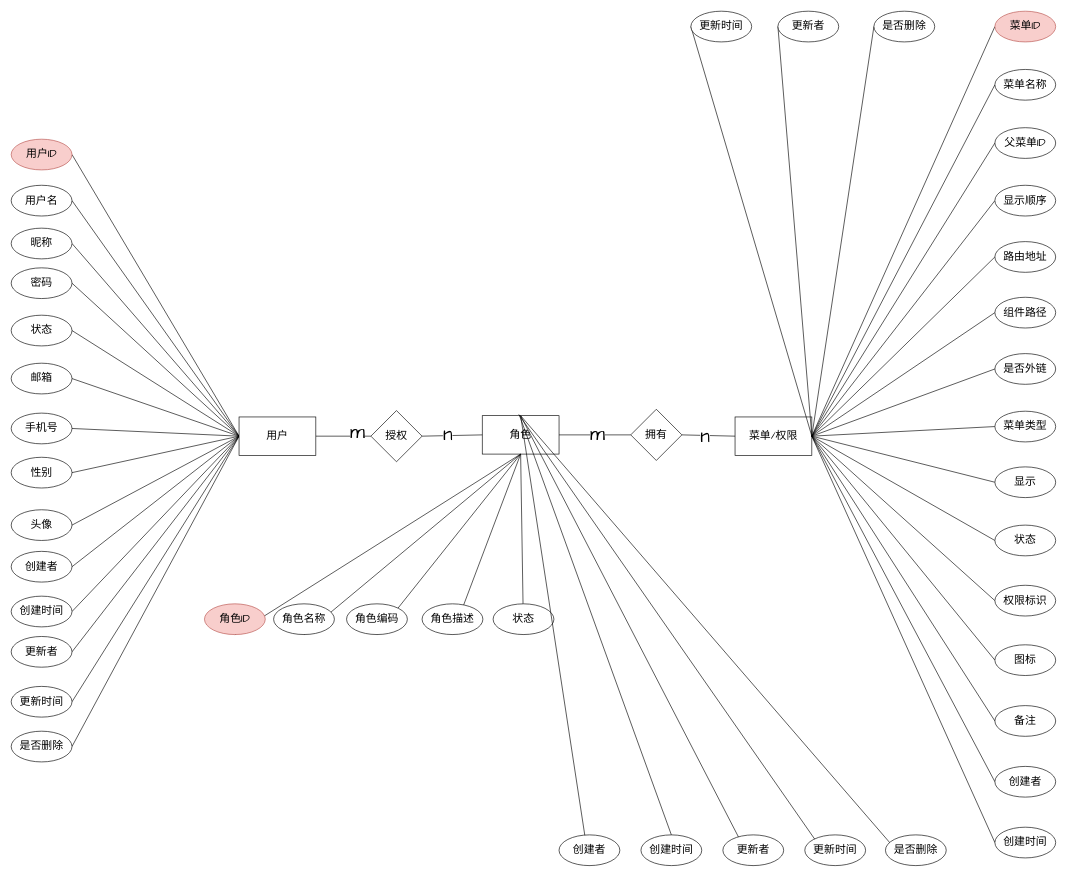
Above: graph/权限模块ER图.drawio in zhangbird050801/bird-blog (draw.io), before the change. Source tidied: cells renumbered, new cells numbered last; positions are measured from the earlier drawing's top-left corner, leaving out a move shared by most shapes. Both pictures are drawn from the tidied source at 64%, with x=0, y=0 at pixel (11, 11).
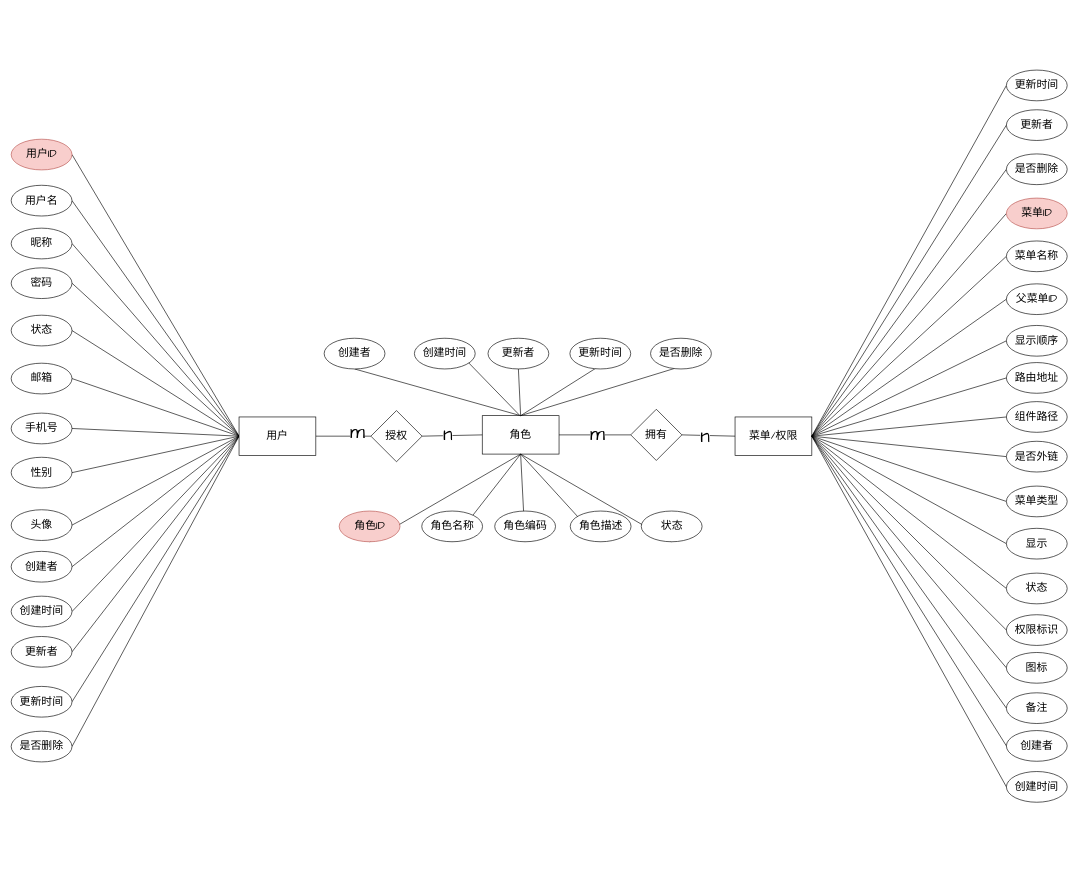
The same diagram, later.

Commit message (it also covers changes not shown here):
更新权限模块ER图.drawio

Unchanged cells that the change refers to:
```xml
<mxCell id="4" value="角色" style="rounded=0;whiteSpace=wrap;html=1;fontSize=17;fontFamily=Comic Sans MS;" parent="1" vertex="1">
  <mxGeometry x="736" y="632" width="120" height="60" as="geometry" />
</mxCell>
```

What changed in the source:
```diff
@@
     <mxCell id="44" value="角色ID" style="ellipse;whiteSpace=wrap;html=1;flipV=1;flipH=1;fillColor=#f8cecc;strokeColor=#b85450;fontSize=17;fontFamily=Comic Sans MS;" parent="1" vertex="1">
-      <mxGeometry x="302" y="926" width="95" height="48" as="geometry" />
+      <mxGeometry x="512.5" y="781" width="95" height="48" as="geometry" />
     </mxCell>
@@
     <mxCell id="46" value="状态" style="ellipse;whiteSpace=wrap;html=1;flipV=1;flipH=1;fontSize=17;fontFamily=Comic Sans MS;" parent="1" vertex="1">
-      <mxGeometry x="753" y="926" width="95" height="48" as="geometry" />
+      <mxGeometry x="984.5" y="781" width="95" height="48" as="geometry" />
     </mxCell>
@@
     <mxCell id="48" value="角色描述" style="ellipse;whiteSpace=wrap;html=1;flipV=1;flipH=1;fontSize=17;fontFamily=Comic Sans MS;" parent="1" vertex="1">
-      <mxGeometry x="642" y="926" width="95" height="48" as="geometry" />
+      <mxGeometry x="873.5" y="781" width="95" height="48" as="geometry" />
     </mxCell>
@@
     <mxCell id="50" value="角色编码" style="ellipse;whiteSpace=wrap;html=1;flipV=1;flipH=1;fontSize=17;fontFamily=Comic Sans MS;" parent="1" vertex="1">
-      <mxGeometry x="524" y="926" width="95" height="48" as="geometry" />
+      <mxGeometry x="755.5" y="781" width="95" height="48" as="geometry" />
     </mxCell>
@@
     <mxCell id="52" value="角色名称" style="ellipse;whiteSpace=wrap;html=1;flipV=1;flipH=1;fontSize=17;fontFamily=Comic Sans MS;" parent="1" vertex="1">
-      <mxGeometry x="410" y="926" width="95" height="48" as="geometry" />
+      <mxGeometry x="641.5" y="781" width="95" height="48" as="geometry" />
     </mxCell>
@@
     <mxCell id="54" value="创建者" style="ellipse;whiteSpace=wrap;html=1;flipV=1;flipH=1;fontSize=17;fontFamily=Comic Sans MS;" parent="1" vertex="1">
-      <mxGeometry x="856" y="1287" width="95" height="48" as="geometry" />
+      <mxGeometry x="489" y="511" width="95" height="48" as="geometry" />
     </mxCell>
-    <mxCell id="55" style="rounded=0;jettySize=auto;html=1;exitX=0.552;exitY=0.052;exitDx=0;exitDy=0;endArrow=none;endFill=0;fontSize=17;fontFamily=Comic Sans MS;exitPerimeter=0;" parent="1" edge="1" source="56">
-      <mxGeometry relative="1" as="geometry">
-        <mxPoint x="793" y="630" as="targetPoint" />
-      </mxGeometry>
+    <mxCell id="55" style="rounded=0;jettySize=auto;html=1;exitX=0.552;exitY=0.052;exitDx=0;exitDy=0;endArrow=none;endFill=0;fontSize=17;fontFamily=Comic Sans MS;exitPerimeter=0;entryX=0.5;entryY=0;entryDx=0;entryDy=0;" parent="1" edge="1" source="56" target="4">
+      <mxGeometry relative="1" as="geometry" />
     </mxCell>
     <mxCell id="56" value="更新时间" style="ellipse;whiteSpace=wrap;html=1;flipV=1;flipH=1;fontSize=17;fontFamily=Comic Sans MS;" parent="1" vertex="1">
-      <mxGeometry x="1240" y="1287" width="95" height="48" as="geometry" />
+      <mxGeometry x="873" y="511" width="95" height="48" as="geometry" />
     </mxCell>
@@
     <mxCell id="59" value="创建时间" style="ellipse;whiteSpace=wrap;html=1;flipV=1;flipH=1;fontSize=17;fontFamily=Comic Sans MS;" parent="1" vertex="1">
-      <mxGeometry x="984" y="1287" width="95" height="48" as="geometry" />
+      <mxGeometry x="630" y="511" width="95" height="48" as="geometry" />
     </mxCell>
@@
     <mxCell id="61" value="是否删除" style="ellipse;whiteSpace=wrap;html=1;flipV=1;flipH=1;fontSize=17;fontFamily=Comic Sans MS;" parent="1" vertex="1">
-      <mxGeometry x="1366" y="1287" width="95" height="48" as="geometry" />
+      <mxGeometry x="999" y="511" width="95" height="48" as="geometry" />
     </mxCell>
@@
     <mxCell id="63" value="菜单ID" style="ellipse;whiteSpace=wrap;html=1;fillColor=#f8cecc;strokeColor=#b85450;fontSize=17;fontFamily=Comic Sans MS;" parent="1" vertex="1">
-      <mxGeometry x="1537" width="95" height="48" as="geometry" />
+      <mxGeometry x="1555" y="292" width="95" height="48" as="geometry" />
     </mxCell>
@@
     <mxCell id="65" value="状态" style="ellipse;whiteSpace=wrap;html=1;fontSize=17;fontFamily=Comic Sans MS;" parent="1" vertex="1">
-      <mxGeometry x="1537" y="803" width="95" height="48" as="geometry" />
+      <mxGeometry x="1555" y="878" width="95" height="48" as="geometry" />
     </mxCell>
@@
     <mxCell id="67" value="显示" style="ellipse;whiteSpace=wrap;html=1;fontSize=17;fontFamily=Comic Sans MS;" parent="1" vertex="1">
-      <mxGeometry x="1537" y="712" width="95" height="48" as="geometry" />
+      <mxGeometry x="1555" y="808" width="95" height="48" as="geometry" />
     </mxCell>
@@
     <mxCell id="69" value="菜单类型" style="ellipse;whiteSpace=wrap;html=1;fontSize=17;fontFamily=Comic Sans MS;" parent="1" vertex="1">
-      <mxGeometry x="1537" y="625" width="95" height="48" as="geometry" />
+      <mxGeometry x="1555" y="742" width="95" height="48" as="geometry" />
     </mxCell>
@@
     <mxCell id="71" value="是否外链" style="ellipse;whiteSpace=wrap;html=1;fontSize=17;fontFamily=Comic Sans MS;" parent="1" vertex="1">
-      <mxGeometry x="1537" y="535" width="95" height="48" as="geometry" />
+      <mxGeometry x="1555" y="672" width="95" height="48" as="geometry" />
     </mxCell>
@@
     <mxCell id="73" value="组件路径" style="ellipse;whiteSpace=wrap;html=1;fontSize=17;fontFamily=Comic Sans MS;" parent="1" vertex="1">
-      <mxGeometry x="1537" y="447" width="95" height="48" as="geometry" />
+      <mxGeometry x="1555" y="610" width="95" height="48" as="geometry" />
     </mxCell>
@@
     <mxCell id="75" value="路由地址" style="ellipse;whiteSpace=wrap;html=1;fontSize=17;fontFamily=Comic Sans MS;" parent="1" vertex="1">
-      <mxGeometry x="1537" y="360" width="95" height="48" as="geometry" />
+      <mxGeometry x="1555" y="549" width="95" height="48" as="geometry" />
     </mxCell>
@@
     <mxCell id="77" value="显示顺序" style="ellipse;whiteSpace=wrap;html=1;fontSize=17;fontFamily=Comic Sans MS;" parent="1" vertex="1">
-      <mxGeometry x="1537" y="272" width="95" height="48" as="geometry" />
+      <mxGeometry x="1555" y="491" width="95" height="48" as="geometry" />
     </mxCell>
@@
     <mxCell id="79" value="父菜单ID" style="ellipse;whiteSpace=wrap;html=1;fontSize=17;fontFamily=Comic Sans MS;" parent="1" vertex="1">
-      <mxGeometry x="1537" y="182" width="95" height="48" as="geometry" />
+      <mxGeometry x="1555" y="426" width="95" height="48" as="geometry" />
     </mxCell>
@@
     <mxCell id="81" value="菜单名称" style="ellipse;whiteSpace=wrap;html=1;fontSize=17;fontFamily=Comic Sans MS;" parent="1" vertex="1">
-      <mxGeometry x="1537" y="91" width="95" height="48" as="geometry" />
+      <mxGeometry x="1555" y="359" width="95" height="48" as="geometry" />
     </mxCell>
@@
     <mxCell id="83" value="备注" style="ellipse;whiteSpace=wrap;html=1;fontSize=17;fontFamily=Comic Sans MS;" parent="1" vertex="1">
-      <mxGeometry x="1537" y="1085" width="95" height="48" as="geometry" />
+      <mxGeometry x="1555" y="1065" width="95" height="48" as="geometry" />
     </mxCell>
@@
     <mxCell id="85" value="图标" style="ellipse;whiteSpace=wrap;html=1;fontSize=17;fontFamily=Comic Sans MS;" parent="1" vertex="1">
-      <mxGeometry x="1537" y="990" width="95" height="48" as="geometry" />
+      <mxGeometry x="1555" y="1002" width="95" height="48" as="geometry" />
     </mxCell>
@@
     <mxCell id="87" value="权限标识" style="ellipse;whiteSpace=wrap;html=1;fontSize=17;fontFamily=Comic Sans MS;" parent="1" vertex="1">
-      <mxGeometry x="1537" y="897" width="95" height="48" as="geometry" />
+      <mxGeometry x="1555" y="943" width="95" height="48" as="geometry" />
     </mxCell>
@@
     <mxCell id="89" value="创建者" style="ellipse;whiteSpace=wrap;html=1;fontSize=17;fontFamily=Comic Sans MS;" parent="1" vertex="1">
-      <mxGeometry x="1537" y="1180" width="95" height="48" as="geometry" />
+      <mxGeometry x="1555" y="1124" width="95" height="48" as="geometry" />
     </mxCell>
@@
     <mxCell id="91" value="创建时间" style="ellipse;whiteSpace=wrap;html=1;fontSize=17;fontFamily=Comic Sans MS;" parent="1" vertex="1">
-      <mxGeometry x="1537" y="1275" width="95" height="48" as="geometry" />
+      <mxGeometry x="1555" y="1188" width="95" height="48" as="geometry" />
     </mxCell>
@@
     <mxCell id="93" value="更新时间" style="ellipse;whiteSpace=wrap;html=1;fontSize=17;fontFamily=Comic Sans MS;" parent="1" vertex="1">
-      <mxGeometry x="1062" width="95" height="48" as="geometry" />
+      <mxGeometry x="1555" y="92" width="95" height="48" as="geometry" />
     </mxCell>
@@
     <mxCell id="95" value="更新者" style="ellipse;whiteSpace=wrap;html=1;fontSize=17;fontFamily=Comic Sans MS;" parent="1" vertex="1">
-      <mxGeometry x="1198" width="95" height="48" as="geometry" />
+      <mxGeometry x="1555" y="154" width="95" height="48" as="geometry" />
     </mxCell>
@@
     <mxCell id="97" value="是否删除" style="ellipse;whiteSpace=wrap;html=1;fontSize=17;fontFamily=Comic Sans MS;" parent="1" vertex="1">
-      <mxGeometry x="1348" width="95" height="48" as="geometry" />
+      <mxGeometry x="1555" y="223" width="95" height="48" as="geometry" />
     </mxCell>
@@
     <mxCell id="99" value="更新者" style="ellipse;whiteSpace=wrap;html=1;flipV=1;flipH=1;fontSize=17;fontFamily=Comic Sans MS;" parent="1" vertex="1">
-      <mxGeometry x="1112" y="1287" width="95" height="48" as="geometry" />
+      <mxGeometry x="745" y="511" width="95" height="48" as="geometry" />
     </mxCell>
```
